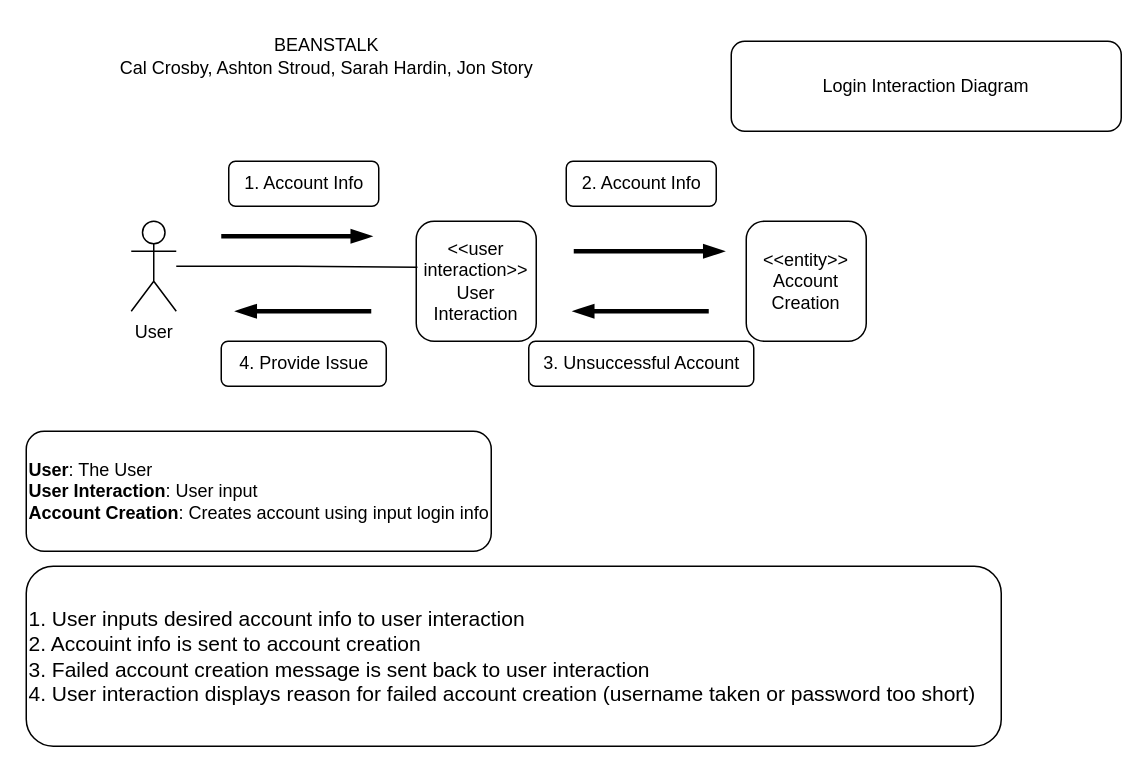
Above: D5-DynamicModeling/login_createaccount_fail.drawio in Glizzus/COMP-3700 (draw.io), before the change. Source tidied: cells renumbered, new cells numbered last; positions are measured from the earlier drawing's top-left corner, leaving out a move shared by most shapes. Both pictures are drawn from the tidied source at 150%, with x=0, y=0 at pixel (26, 26).
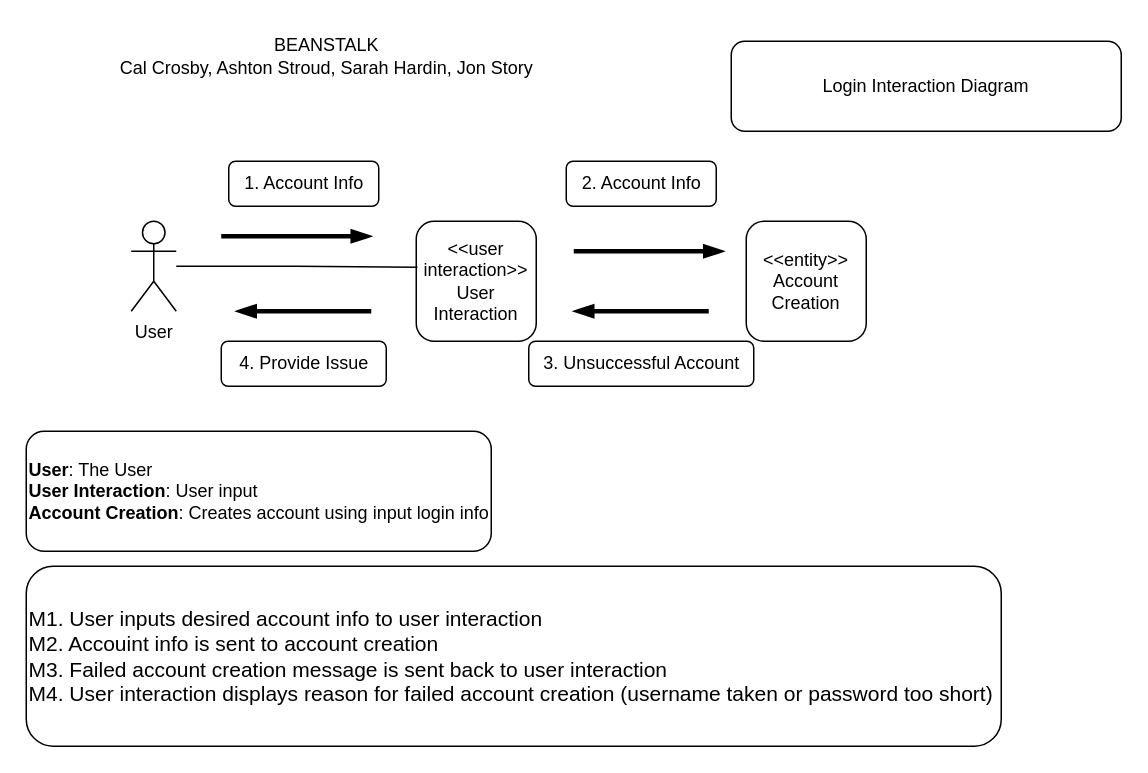
After the change.

Change to the diagram source:
```diff
@@
-    <mxCell id="3" value="&lt;font style=&quot;font-size: 14px;&quot;&gt;1. User inputs desired account info to user interaction&lt;br&gt;2. Accouint info is sent to account creation&lt;br&gt;3. Failed account creation message is sent back to user interaction&lt;br&gt;4. User interaction displays reason for failed account creation (username taken or password too short)&lt;br&gt;&lt;/font&gt;" style="rounded=1;whiteSpace=wrap;html=1;align=left;" parent="1" vertex="1">
+    <mxCell id="3" value="&lt;font style=&quot;font-size: 14px;&quot;&gt;M1. User inputs desired account info to user interaction&lt;br&gt;M2. Accouint info is sent to account creation&lt;br&gt;M3. Failed account creation message is sent back to user interaction&lt;br&gt;M4. User interaction displays reason for failed account creation (username taken or password too short)&lt;br&gt;&lt;/font&gt;" style="rounded=1;whiteSpace=wrap;html=1;align=left;" parent="1" vertex="1">
       <mxGeometry y="360" width="650" height="120" as="geometry" />
     </mxCell>
```
